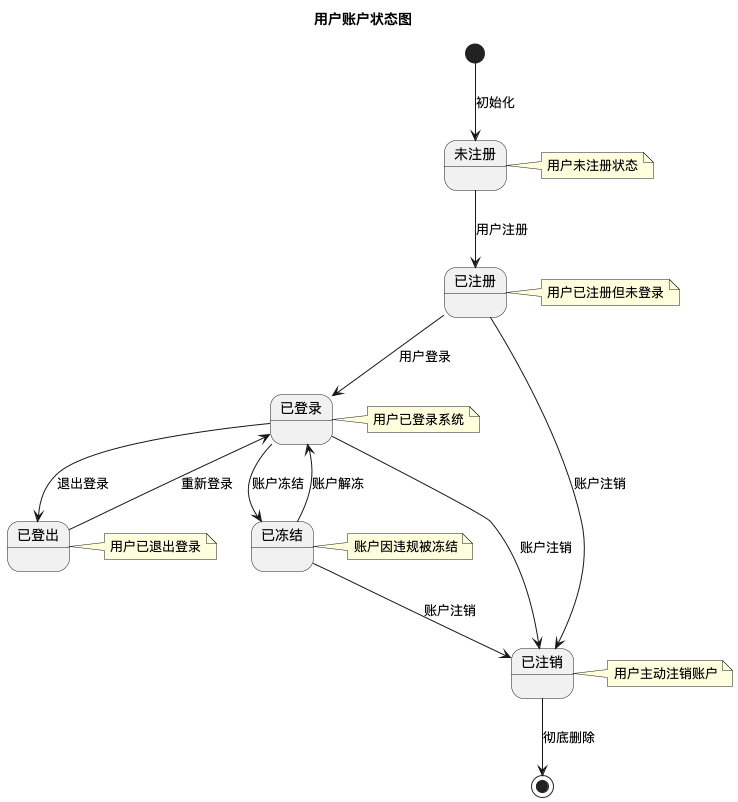
Earlier version of the PlantUML export images/plantuml_15_3d85c1d9.png (xDuoooo/short-link). The source it was exported from:
```plantuml
@startuml
title 用户账户状态图

[*] --> 未注册 : 初始化

未注册 --> 已注册 : 用户注册

已注册 --> 已登录 : 用户登录
已注册 --> 已注销 : 账户注销

已登录 --> 已登出 : 退出登录
已登录 --> 已注销 : 账户注销
已登录 --> 已冻结 : 账户冻结

已登出 --> 已登录 : 重新登录

已冻结 --> 已登录 : 账户解冻
已冻结 --> 已注销 : 账户注销

已注销 --> [*] : 彻底删除

note right of 未注册
  用户未注册状态
end note

note right of 已注册
  用户已注册但未登录
end note

note right of 已登录
  用户已登录系统
end note

note right of 已登出
  用户已退出登录
end note

note right of 已冻结
  账户因违规被冻结
end note

note right of 已注销
  用户主动注销账户
end note
@enduml
```
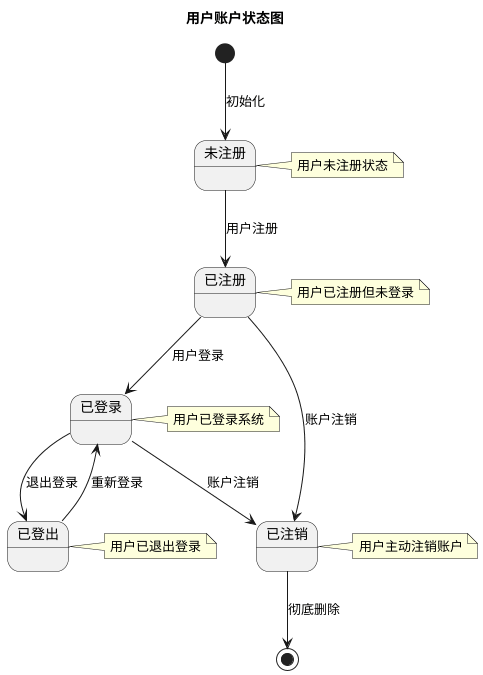
After the commit.

The edit, as a diff of the source:
```diff
@@ -10,36 +10,28 @@
 
 已登录 --> 已登出 : 退出登录
 已登录 --> 已注销 : 账户注销
-已登录 --> 已冻结 : 账户冻结
 
 已登出 --> 已登录 : 重新登录
-
-已冻结 --> 已登录 : 账户解冻
-已冻结 --> 已注销 : 账户注销
 
 已注销 --> [*] : 彻底删除
 
 note right of 未注册
-  用户未注册状态
+用户未注册状态
 end note
 
 note right of 已注册
-  用户已注册但未登录
+用户已注册但未登录
 end note
 
 note right of 已登录
-  用户已登录系统
+用户已登录系统
 end note
 
 note right of 已登出
-  用户已退出登录
-end note
-
-note right of 已冻结
-  账户因违规被冻结
+用户已退出登录
 end note
 
 note right of 已注销
-  用户主动注销账户
+用户主动注销账户
 end note
 @enduml
```
